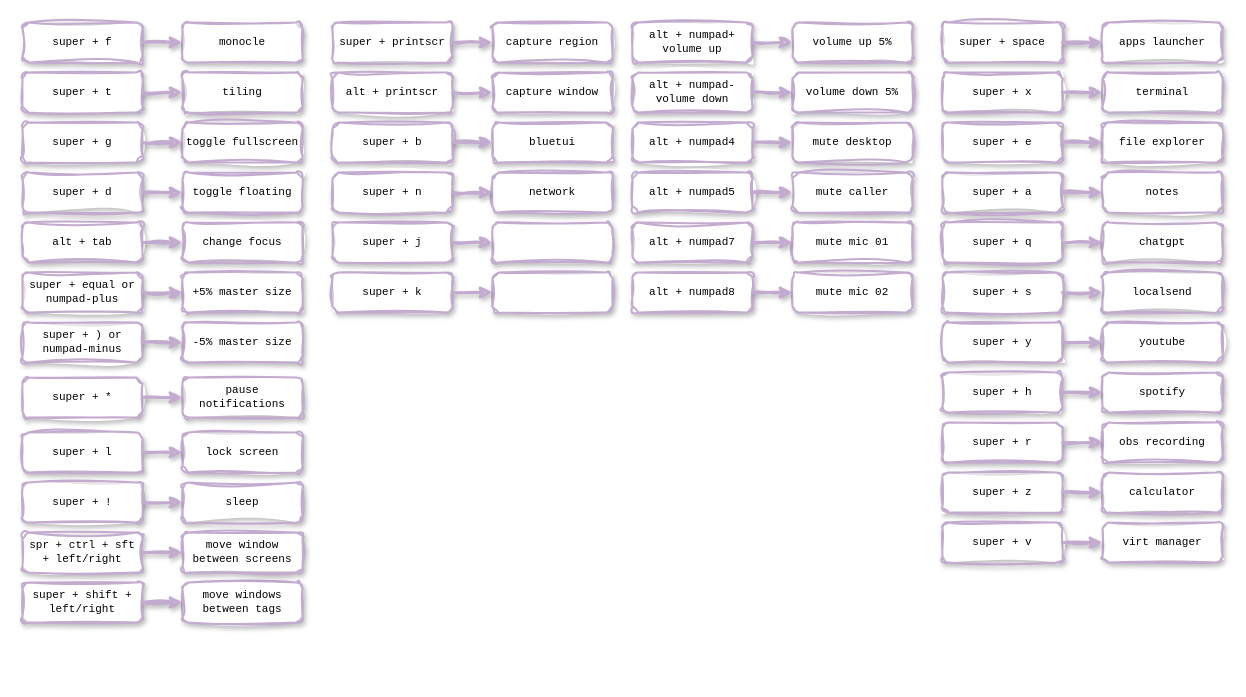
Before: shortcutmap/keymap.drawio in alainpham/dwm-flexipatch, a draw.io diagram. Source tidied: cells renumbered, new cells numbered last; positions are measured from the earlier drawing's top-left corner, leaving out a move shared by most shapes. Both pictures are drawn from the tidied source at 100%, with x=0, y=0 at pixel (22, 22).
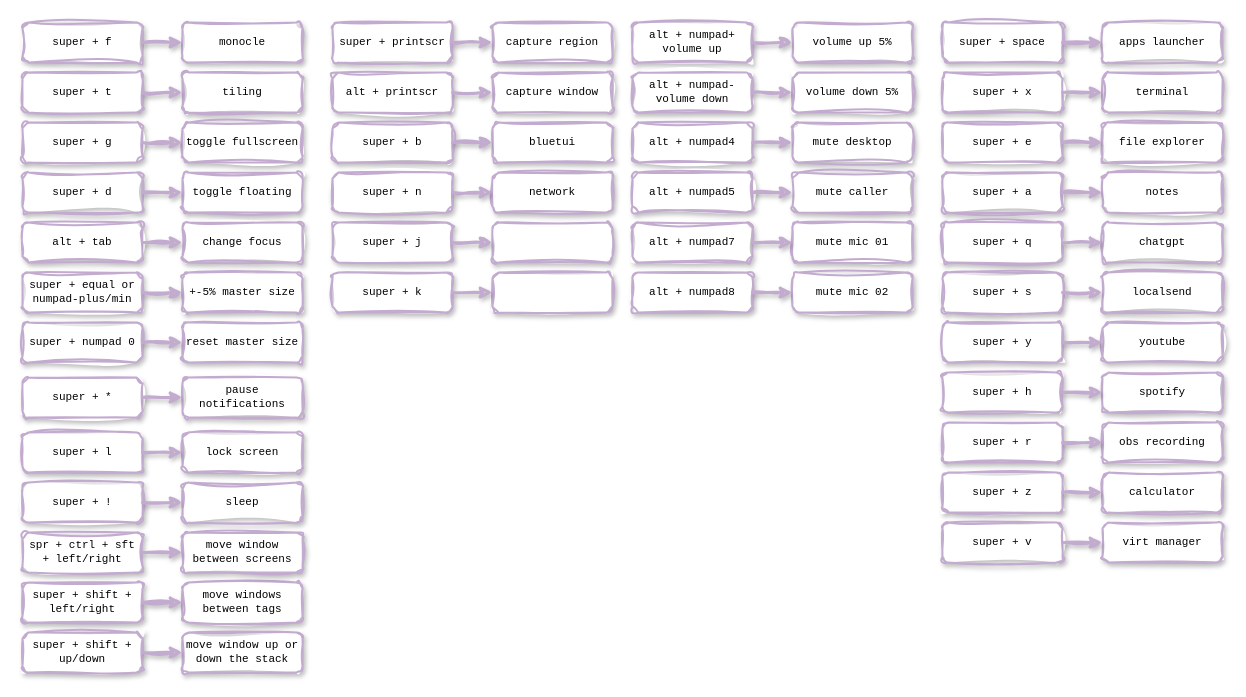
Above is the later version.

What changed in the source:
```diff
@@
-    <mxCell id="95" value="super + ) or numpad-minus" style="rounded=1;whiteSpace=wrap;html=1;sketch=1;curveFitting=1;jiggle=2;glass=0;shadow=1;strokeColor=#C3ABD0;strokeWidth=2;align=center;verticalAlign=middle;fontFamily=Courier New;fontSize=11;fontColor=default;fillColor=default;" parent="1" vertex="1">
+    <mxCell id="95" value="super + numpad 0" style="rounded=1;whiteSpace=wrap;html=1;sketch=1;curveFitting=1;jiggle=2;glass=0;shadow=1;strokeColor=#C3ABD0;strokeWidth=2;align=center;verticalAlign=middle;fontFamily=Courier New;fontSize=11;fontColor=default;fillColor=default;" parent="1" vertex="1">
       <mxGeometry y="300" width="120" height="40" as="geometry" />
     </mxCell>
-    <mxCell id="96" value="-5% master size" style="whiteSpace=wrap;html=1;strokeColor=#C3ABD0;rounded=1;sketch=1;curveFitting=1;jiggle=2;glass=0;shadow=1;strokeWidth=2;fontFamily=Courier New;fontSize=11;" parent="1" vertex="1">
+    <mxCell id="96" value="reset master size" style="whiteSpace=wrap;html=1;strokeColor=#C3ABD0;rounded=1;sketch=1;curveFitting=1;jiggle=2;glass=0;shadow=1;strokeWidth=2;fontFamily=Courier New;fontSize=11;" parent="1" vertex="1">
       <mxGeometry x="160" y="300" width="120" height="40" as="geometry" />
     </mxCell>
@@
-    <mxCell id="98" value="super + equal or numpad-plus" style="rounded=1;whiteSpace=wrap;html=1;sketch=1;curveFitting=1;jiggle=2;glass=0;shadow=1;strokeColor=#C3ABD0;strokeWidth=2;align=center;verticalAlign=middle;fontFamily=Courier New;fontSize=11;fontColor=default;fillColor=default;" parent="1" vertex="1">
+    <mxCell id="98" value="super + equal or numpad-plus/min" style="rounded=1;whiteSpace=wrap;html=1;sketch=1;curveFitting=1;jiggle=2;glass=0;shadow=1;strokeColor=#C3ABD0;strokeWidth=2;align=center;verticalAlign=middle;fontFamily=Courier New;fontSize=11;fontColor=default;fillColor=default;" parent="1" vertex="1">
       <mxGeometry y="250" width="120" height="40" as="geometry" />
     </mxCell>
-    <mxCell id="99" value="+5% master size" style="whiteSpace=wrap;html=1;strokeColor=#C3ABD0;rounded=1;sketch=1;curveFitting=1;jiggle=2;glass=0;shadow=1;strokeWidth=2;fontFamily=Courier New;fontSize=11;" parent="1" vertex="1">
+    <mxCell id="99" value="+-5% master size" style="whiteSpace=wrap;html=1;strokeColor=#C3ABD0;rounded=1;sketch=1;curveFitting=1;jiggle=2;glass=0;shadow=1;strokeWidth=2;fontFamily=Courier New;fontSize=11;" parent="1" vertex="1">
       <mxGeometry x="160" y="250" width="120" height="40" as="geometry" />
     </mxCell>
@@
+    <mxCell id="107" value="super + shift + up/down" style="rounded=1;whiteSpace=wrap;html=1;sketch=1;curveFitting=1;jiggle=2;glass=0;shadow=1;strokeColor=#C3ABD0;strokeWidth=2;align=center;verticalAlign=middle;fontFamily=Courier New;fontSize=11;fontColor=default;fillColor=default;" parent="1" vertex="1">
+      <mxGeometry y="610" width="120" height="40" as="geometry" />
+    </mxCell>
+    <mxCell id="108" value="move window up or down the stack" style="whiteSpace=wrap;html=1;strokeColor=#C3ABD0;rounded=1;sketch=1;curveFitting=1;jiggle=2;glass=0;shadow=1;strokeWidth=2;fontFamily=Courier New;fontSize=11;" parent="1" vertex="1">
+      <mxGeometry x="160" y="610" width="120" height="40" as="geometry" />
+    </mxCell>
+    <mxCell id="109" style="endArrow=classic;html=1;rounded=0;shadow=1;sketch=1;jiggle=2;curveFitting=1;strokeColor=#C3ABD0;strokeWidth=3;align=center;verticalAlign=middle;fontFamily=Courier New;fontSize=11;fontColor=default;labelBackgroundColor=default;edgeStyle=orthogonalEdgeStyle;flowAnimation=0;" parent="1" edge="1" source="107" target="108">
+      <mxGeometry relative="1" as="geometry" />
+    </mxCell>
```
